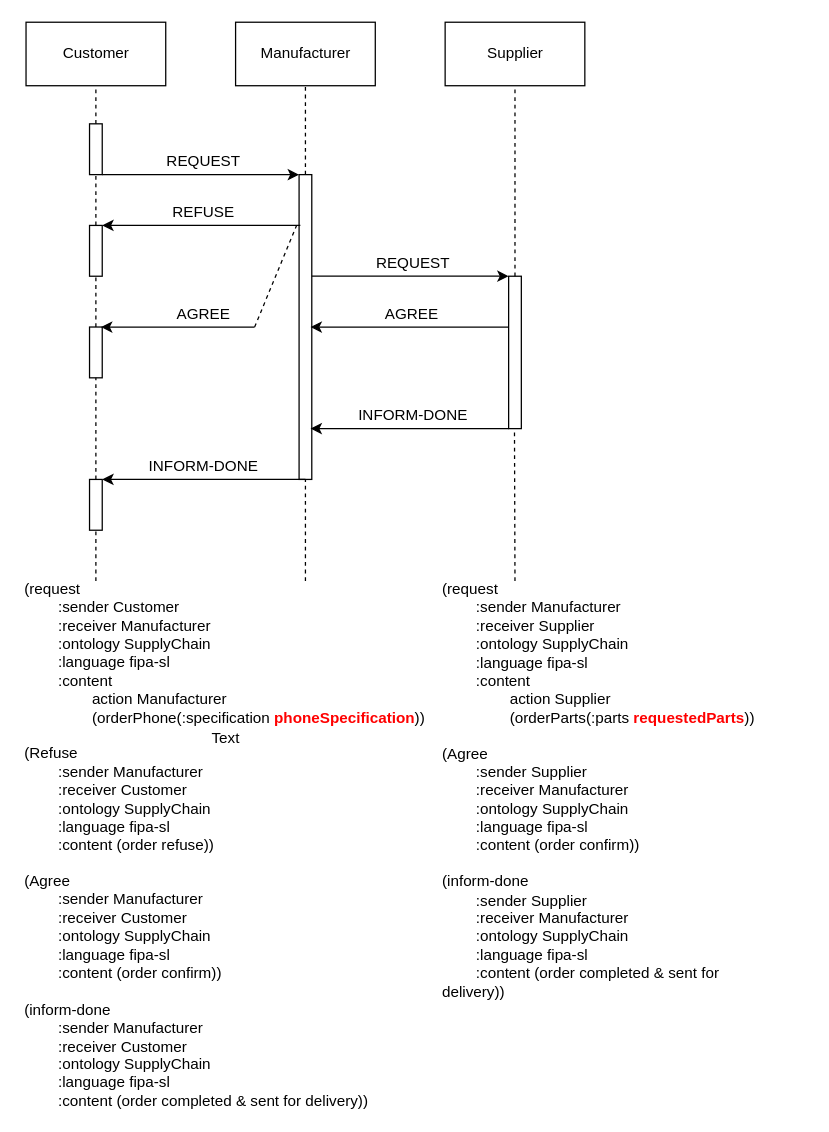
This is report items/sequenceDiagram&ACL.drawio from KieranBurns112/Multi-Agent_System-Java-Jade-, a draw.io file, before an edit. Source tidied: cells renumbered, new cells numbered last; positions are measured from the earlier drawing's top-left corner, leaving out a move shared by most shapes. Both pictures are drawn from the tidied source at 127%, with x=0, y=0 at pixel (22, 22).
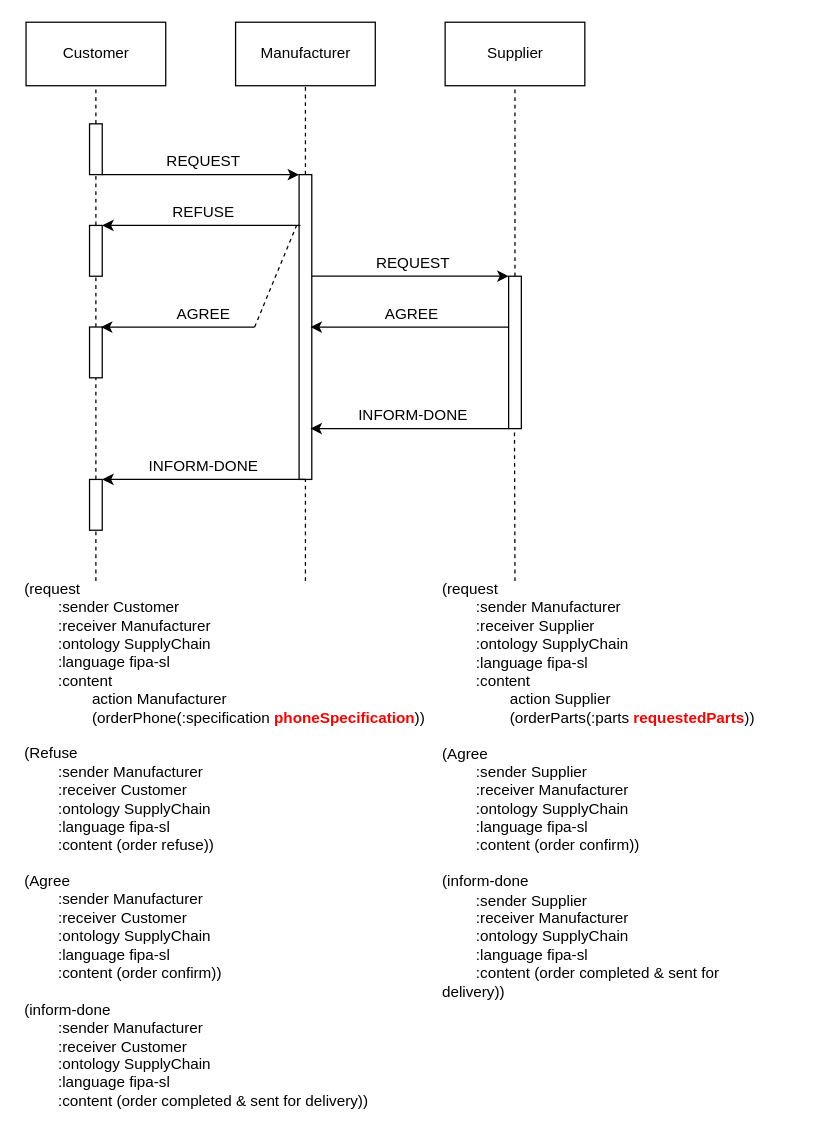
The same diagram, later.

Commit message (it also covers changes not shown here):
diagram typo fix

Diff of the diagram source:
```diff
@@
-    <mxCell id="37" value="Text" style="text;html=1;align=center;verticalAlign=middle;" parent="1" vertex="1">
-      <mxGeometry x="140" y="554" width="40" height="20" as="geometry" />
-    </mxCell>
```
